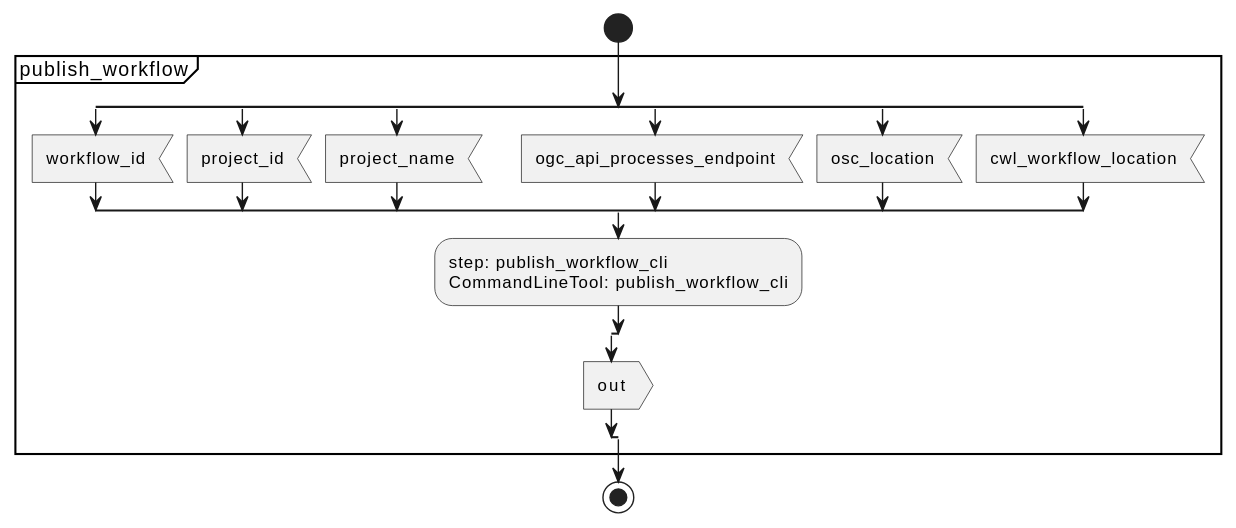
Above: docs/c4/components/workflow/publish_workflow/activity.svg in Terradue/osc-client (PlantUML), before the change. The source it was exported from:
```plantuml
@startuml

start





group publish_workflow

split

    :workflow_id; <<input>>
split again

    :project_id; <<input>>
split again

    :project_name; <<input>>
split again

    :ogc_api_processes_endpoint; <<input>>
split again

    :osc_location; <<input>>
split again

    :cwl_workflow_location; <<input>>
end split







:step: publish_workflow_cli
CommandLineTool: publish_workflow_cli;





split

    :out; <<output>>
end split


end group


stop
@enduml
```
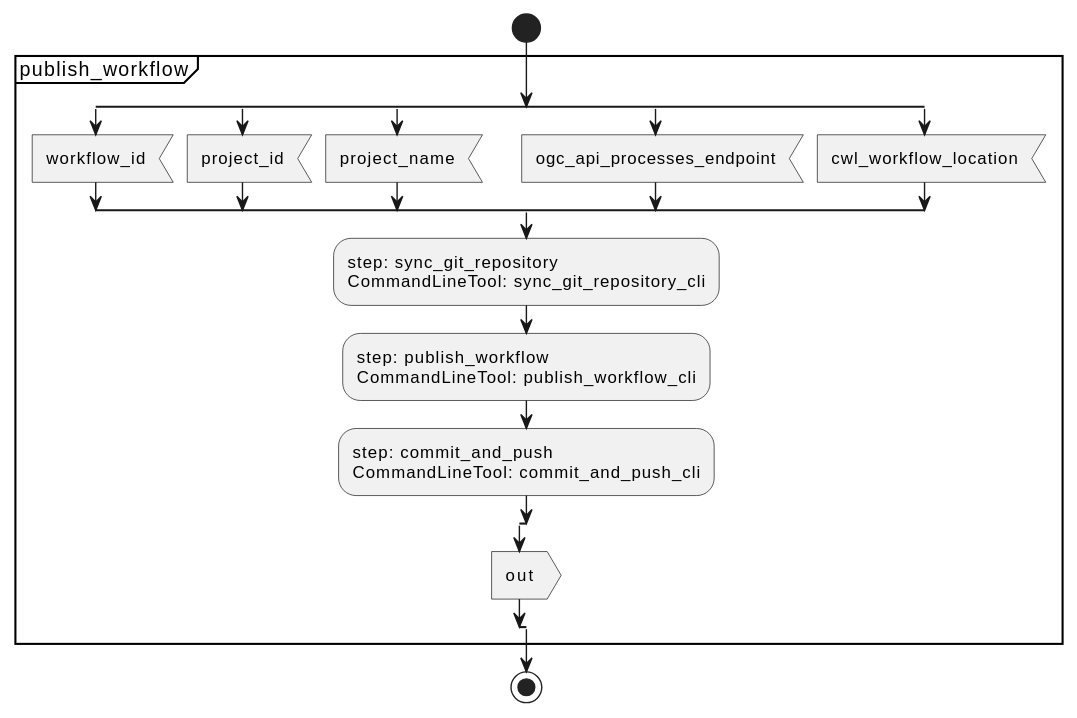
After the change.

Change to the diagram source:
```diff
@@ -22,9 +22,6 @@
     :ogc_api_processes_endpoint; <<input>>
 split again
 
-    :osc_location; <<input>>
-split again
-
     :cwl_workflow_location; <<input>>
 end split
 
@@ -34,8 +31,28 @@
 
 
 
-:step: publish_workflow_cli
+:step: sync_git_repository
+CommandLineTool: sync_git_repository_cli;
+
+
+
+
+
+
+
+
+:step: publish_workflow
 CommandLineTool: publish_workflow_cli;
+
+
+
+
+
+
+
+
+:step: commit_and_push
+CommandLineTool: commit_and_push_cli;
 
 
 
```
